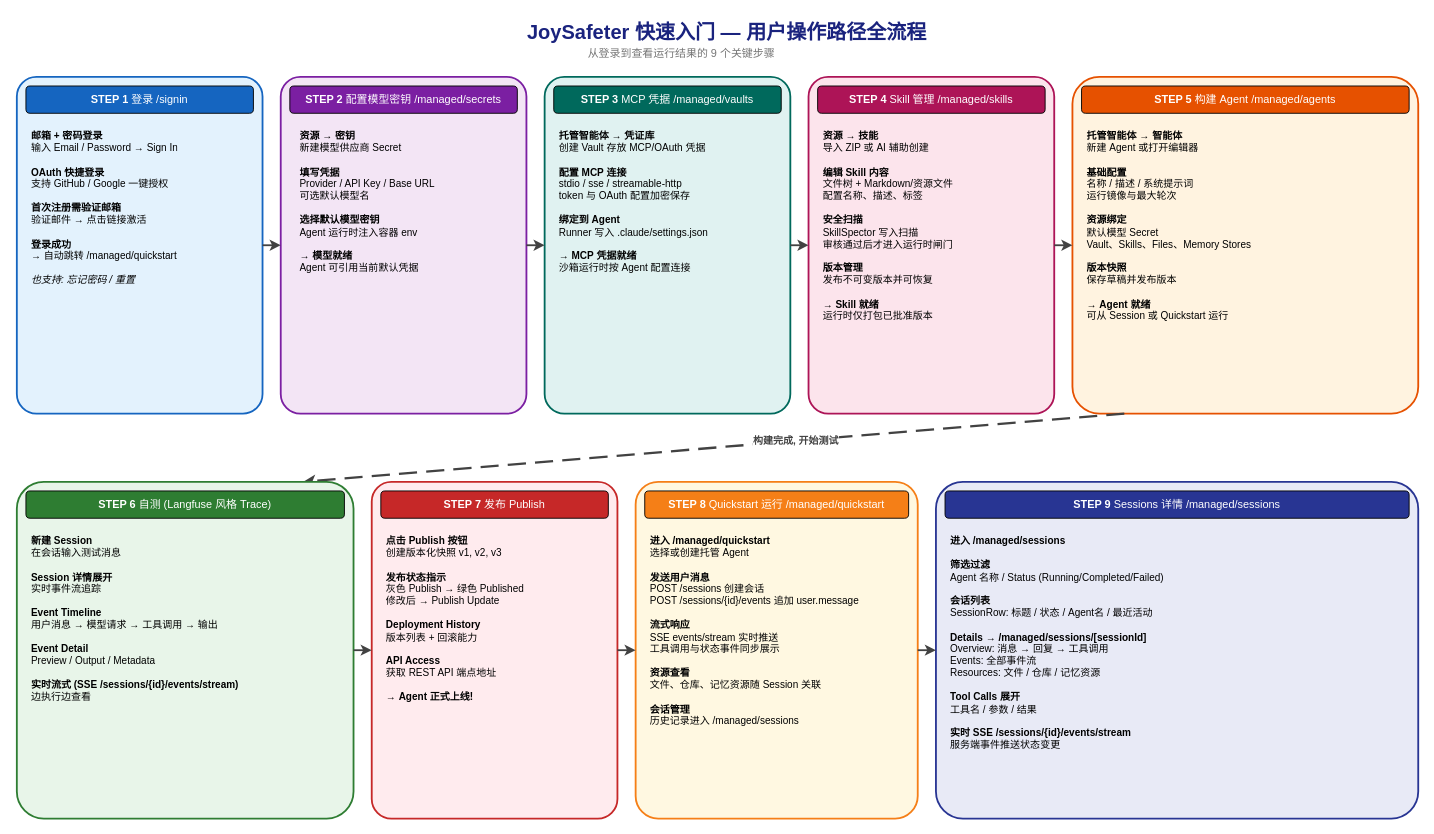
jd-opensource/JoySafeter keeps this draw.io diagram as docs/user-journey-quickstart.drawio. Above is the earlier version. Source tidied: cells renumbered, new cells numbered last; positions are measured from the earlier drawing's top-left corner, leaving out a move shared by most shapes. Both pictures are drawn from the tidied source at 91%, with x=0, y=0 at pixel (16, 15).
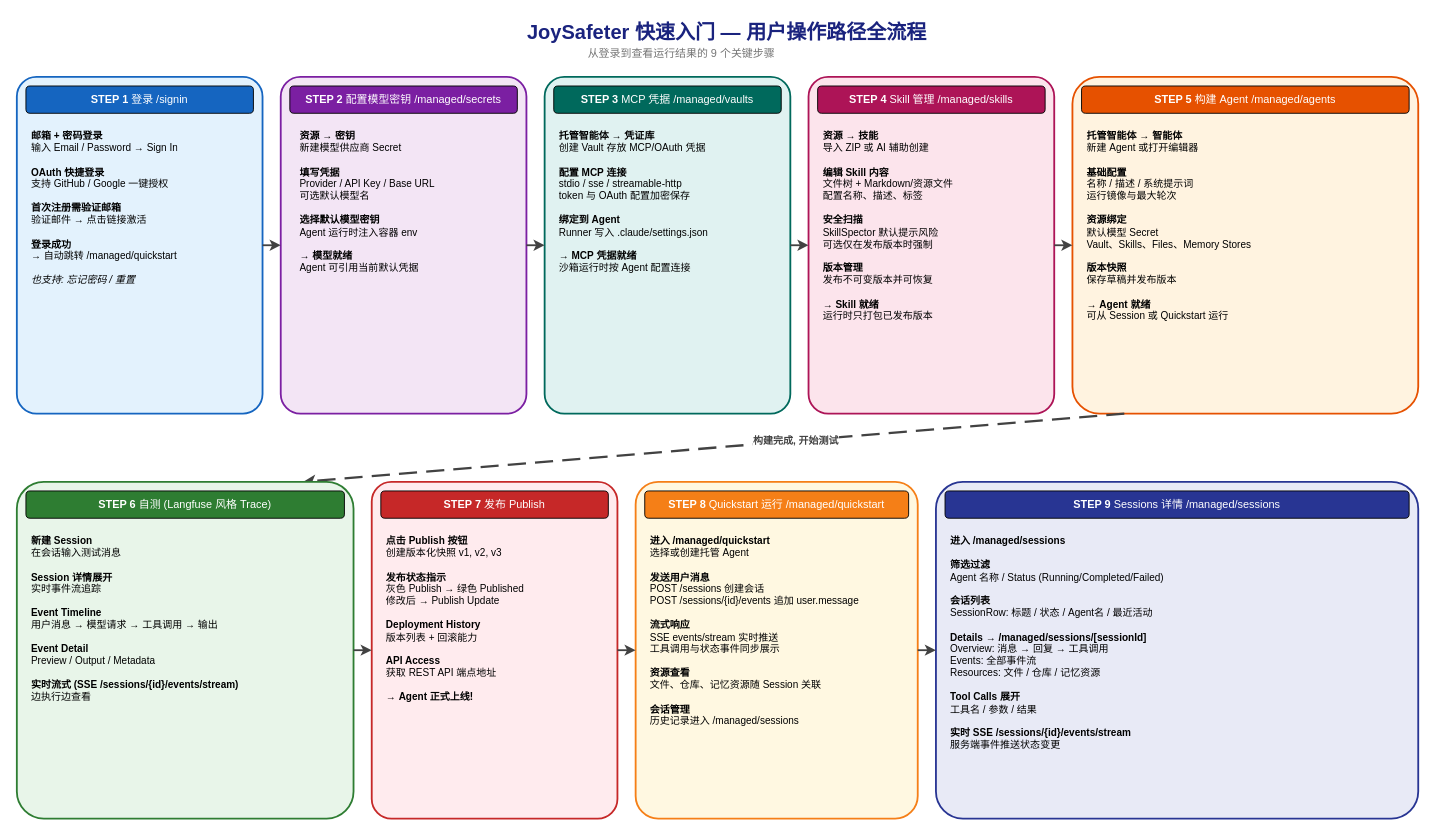
The same diagram, later.

What changed in the source:
```diff
@@
-    <mxCell id="15" value="&lt;b&gt;资源 → 技能&lt;/b&gt;&lt;br/&gt;导入 ZIP 或 AI 辅助创建&lt;br/&gt;&lt;br/&gt;&lt;b&gt;编辑 Skill 内容&lt;/b&gt;&lt;br/&gt;文件树 + Markdown/资源文件&lt;br/&gt;配置名称、描述、标签&lt;br/&gt;&lt;br/&gt;&lt;b&gt;安全扫描&lt;/b&gt;&lt;br/&gt;SkillSpector 写入扫描&lt;br/&gt;审核通过后才进入运行时闸门&lt;br/&gt;&lt;br/&gt;&lt;b&gt;版本管理&lt;/b&gt;&lt;br/&gt;发布不可变版本并可恢复&lt;br/&gt;&lt;br/&gt;&lt;b&gt;→ Skill 就绪&lt;/b&gt;&lt;br/&gt;运行时仅打包已批准版本" style="text;html=1;align=left;verticalAlign=top;whiteSpace=wrap;overflow=hidden;fontSize=11;spacing=6;" parent="1" vertex="1">
+    <mxCell id="15" value="&lt;b&gt;资源 → 技能&lt;/b&gt;&lt;br/&gt;导入 ZIP 或 AI 辅助创建&lt;br/&gt;&lt;br/&gt;&lt;b&gt;编辑 Skill 内容&lt;/b&gt;&lt;br/&gt;文件树 + Markdown/资源文件&lt;br/&gt;配置名称、描述、标签&lt;br/&gt;&lt;br/&gt;&lt;b&gt;安全扫描&lt;/b&gt;&lt;br/&gt;SkillSpector 默认提示风险&lt;br/&gt;可选仅在发布版本时强制&lt;br/&gt;&lt;br/&gt;&lt;b&gt;版本管理&lt;/b&gt;&lt;br/&gt;发布不可变版本并可恢复&lt;br/&gt;&lt;br/&gt;&lt;b&gt;→ Skill 就绪&lt;/b&gt;&lt;br/&gt;运行时只打包已发布版本" style="text;html=1;align=left;verticalAlign=top;whiteSpace=wrap;overflow=hidden;fontSize=11;spacing=6;" parent="1" vertex="1">
       <mxGeometry x="880" y="115" width="250" height="312" as="geometry" />
     </mxCell>
```
